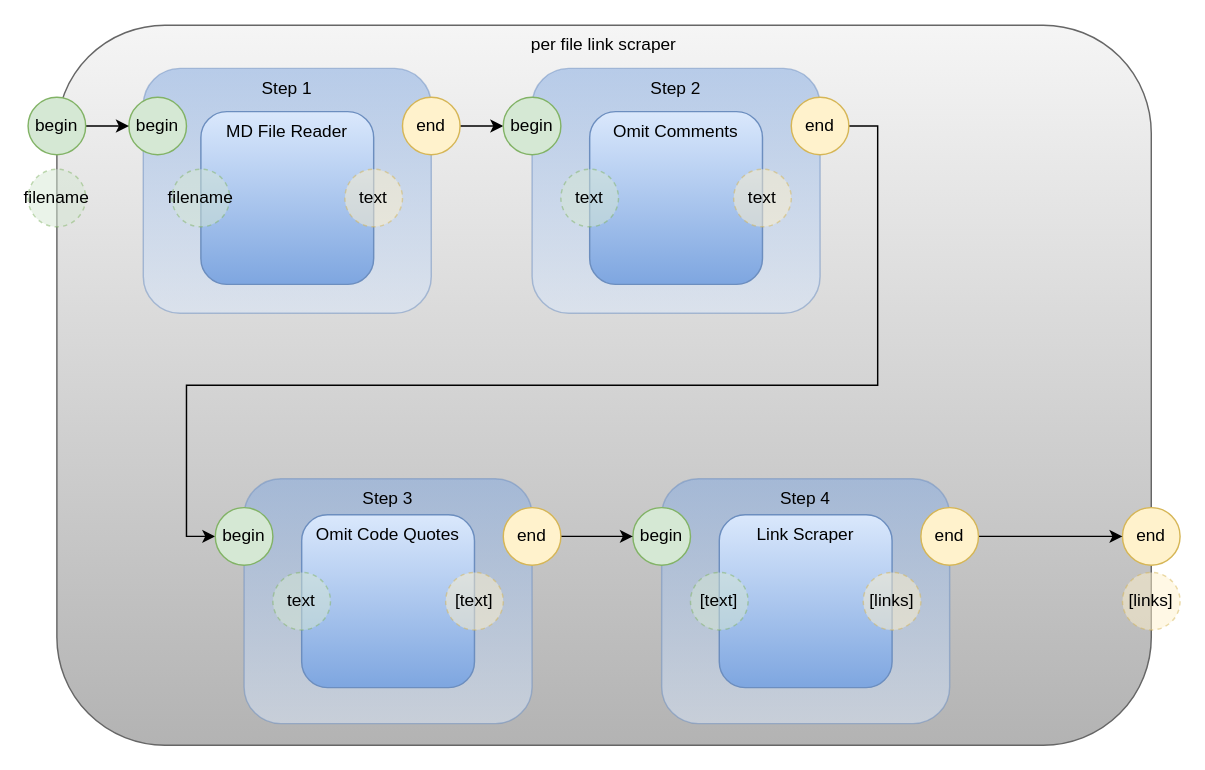
Before: page "Per File Link Scraper" (5 of 5) of pm.drawio in guitarvydas/pypm, a draw.io diagram. Source tidied: cells renumbered, new cells numbered last; positions are measured from the earlier drawing's top-left corner, leaving out a move shared by most shapes. Both pictures are drawn from the tidied source at 144%, with x=0, y=0 at pixel (27, 24).
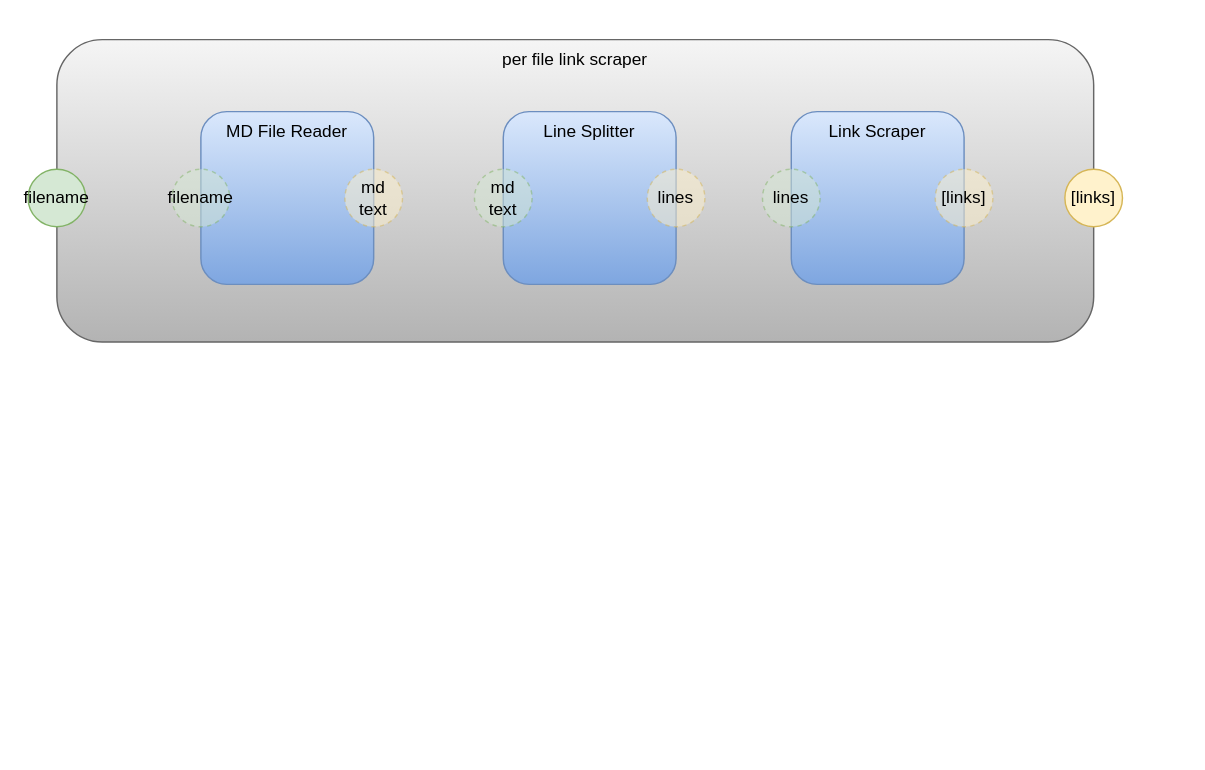
Above is the later version.

Commit message (it also covers changes not shown here):
begin perfilelinkscraper

Diff of the diagram source:
```diff
@@
     <mxCell id="2" value="per file link scraper" style="rounded=1;whiteSpace=wrap;html=1;horizontal=1;verticalAlign=top;fillColor=#f5f5f5;strokeColor=#666666;gradientColor=#b3b3b3;" parent="1" vertex="1">
-      <mxGeometry x="20" width="760" height="500" as="geometry" />
+      <mxGeometry x="20" y="10" width="720" height="210" as="geometry" />
     </mxCell>
-    <mxCell id="3" value="Step 4" style="rounded=1;whiteSpace=wrap;html=1;horizontal=1;verticalAlign=top;fillColor=#dae8fc;strokeColor=#6c8ebf;gradientColor=#7ea6e0;gradientDirection=north;opacity=50;" parent="1" vertex="1">
-      <mxGeometry x="440" y="315" width="200" height="170" as="geometry" />
-    </mxCell>
-    <mxCell id="4" value="Step 3" style="rounded=1;whiteSpace=wrap;html=1;horizontal=1;verticalAlign=top;fillColor=#dae8fc;strokeColor=#6c8ebf;gradientColor=#7ea6e0;gradientDirection=north;opacity=50;" parent="1" vertex="1">
-      <mxGeometry x="150" y="315" width="200" height="170" as="geometry" />
-    </mxCell>
-    <mxCell id="5" value="Step 2" style="rounded=1;whiteSpace=wrap;html=1;horizontal=1;verticalAlign=top;fillColor=#dae8fc;strokeColor=#6c8ebf;gradientColor=#7ea6e0;gradientDirection=north;opacity=50;" parent="1" vertex="1">
-      <mxGeometry x="350" y="30" width="200" height="170" as="geometry" />
-    </mxCell>
-    <mxCell id="6" value="Step 1" style="rounded=1;whiteSpace=wrap;html=1;horizontal=1;verticalAlign=top;fillColor=#dae8fc;strokeColor=#6c8ebf;gradientColor=#7ea6e0;gradientDirection=north;opacity=50;" parent="1" vertex="1">
-      <mxGeometry x="80" y="30" width="200" height="170" as="geometry" />
-    </mxCell>
@@
-    <mxCell id="9" value="text" style="ellipse;whiteSpace=wrap;html=1;fillColor=#fff2cc;strokeColor=#d6b656;dashed=1;opacity=50;" parent="1" vertex="1">
+    <mxCell id="9" value="md text" style="ellipse;whiteSpace=wrap;html=1;fillColor=#fff2cc;strokeColor=#d6b656;dashed=1;opacity=50;" parent="1" vertex="1">
       <mxGeometry x="220" y="100" width="40" height="40" as="geometry" />
     </mxCell>
-    <mxCell id="10" value="Omit Code Quotes" style="rounded=1;whiteSpace=wrap;html=1;horizontal=1;verticalAlign=top;strokeColor=#6c8ebf;fillColor=#dae8fc;gradientColor=#7ea6e0;" parent="1" vertex="1">
-      <mxGeometry x="190" y="340" width="120" height="120" as="geometry" />
-    </mxCell>
-    <mxCell id="11" value="text" style="ellipse;whiteSpace=wrap;html=1;fillColor=#d5e8d4;strokeColor=#82b366;dashed=1;opacity=50;" parent="1" vertex="1">
-      <mxGeometry x="170" y="380" width="40" height="40" as="geometry" />
-    </mxCell>
-    <mxCell id="12" value="[text]" style="ellipse;whiteSpace=wrap;html=1;fillColor=#fff2cc;strokeColor=#d6b656;dashed=1;opacity=50;" parent="1" vertex="1">
-      <mxGeometry x="290" y="380" width="40" height="40" as="geometry" />
-    </mxCell>
-    <mxCell id="13" value="Omit Comments" style="rounded=1;whiteSpace=wrap;html=1;horizontal=1;verticalAlign=top;gradientColor=#7ea6e0;fillColor=#dae8fc;strokeColor=#6c8ebf;" parent="1" vertex="1">
-      <mxGeometry x="390" y="60" width="120" height="120" as="geometry" />
-    </mxCell>
-    <mxCell id="14" value="text" style="ellipse;whiteSpace=wrap;html=1;fillColor=#d5e8d4;strokeColor=#82b366;dashed=1;opacity=50;" parent="1" vertex="1">
-      <mxGeometry x="370" y="100" width="40" height="40" as="geometry" />
-    </mxCell>
-    <mxCell id="15" value="text" style="ellipse;whiteSpace=wrap;html=1;fillColor=#fff2cc;strokeColor=#d6b656;dashed=1;opacity=50;" parent="1" vertex="1">
-      <mxGeometry x="490" y="100" width="40" height="40" as="geometry" />
-    </mxCell>
-    <mxCell id="16" value="filename" style="ellipse;whiteSpace=wrap;html=1;fillColor=#d5e8d4;strokeColor=#82b366;dashed=1;opacity=50;" parent="1" vertex="1">
+    <mxCell id="16" value="filename" style="ellipse;whiteSpace=wrap;html=1;fillColor=#d5e8d4;strokeColor=#82b366;" parent="1" vertex="1">
       <mxGeometry y="100" width="40" height="40" as="geometry" />
     </mxCell>
-    <mxCell id="17" value="[links]" style="ellipse;whiteSpace=wrap;html=1;fillColor=#fff2cc;strokeColor=#d6b656;dashed=1;opacity=50;" parent="1" vertex="1">
-      <mxGeometry x="760" y="380" width="40" height="40" as="geometry" />
+    <mxCell id="17" value="[links]" style="ellipse;whiteSpace=wrap;html=1;fillColor=#fff2cc;strokeColor=#d6b656;" parent="1" vertex="1">
+      <mxGeometry x="720" y="100" width="40" height="40" as="geometry" />
     </mxCell>
     <mxCell id="18" value="Link Scraper" style="rounded=1;whiteSpace=wrap;html=1;horizontal=1;verticalAlign=top;strokeColor=#6c8ebf;fillColor=#dae8fc;gradientColor=#7ea6e0;" parent="1" vertex="1">
-      <mxGeometry x="480" y="340" width="120" height="120" as="geometry" />
+      <mxGeometry x="530" y="60" width="120" height="120" as="geometry" />
     </mxCell>
-    <mxCell id="19" value="[text]" style="ellipse;whiteSpace=wrap;html=1;fillColor=#d5e8d4;strokeColor=#82b366;dashed=1;opacity=50;" parent="1" vertex="1">
-      <mxGeometry x="460" y="380" width="40" height="40" as="geometry" />
+    <mxCell id="19" value="lines" style="ellipse;whiteSpace=wrap;html=1;fillColor=#d5e8d4;strokeColor=#82b366;dashed=1;opacity=50;" parent="1" vertex="1">
+      <mxGeometry x="510" y="100" width="40" height="40" as="geometry" />
     </mxCell>
     <mxCell id="20" value="[links]" style="ellipse;whiteSpace=wrap;html=1;fillColor=#fff2cc;strokeColor=#d6b656;dashed=1;opacity=50;" parent="1" vertex="1">
-      <mxGeometry x="580" y="380" width="40" height="40" as="geometry" />
+      <mxGeometry x="630" y="100" width="40" height="40" as="geometry" />
     </mxCell>
-    <mxCell id="21" value="begin" style="ellipse;whiteSpace=wrap;html=1;fillColor=#d5e8d4;strokeColor=#82b366;" parent="1" vertex="1">
-      <mxGeometry x="70" y="50" width="40" height="40" as="geometry" />
-    </mxCell>
-    <mxCell id="22" style="edgeStyle=orthogonalEdgeStyle;rounded=0;jettySize=auto;html=1;exitX=1;exitY=0.5;exitDx=0;exitDy=0;" parent="1" edge="1" source="23" target="30">
-      <mxGeometry relative="1" as="geometry" />
-    </mxCell>
-    <mxCell id="23" value="end" style="ellipse;whiteSpace=wrap;html=1;fillColor=#fff2cc;strokeColor=#d6b656;" parent="1" vertex="1">
-      <mxGeometry x="260" y="50" width="40" height="40" as="geometry" />
-    </mxCell>
-    <mxCell id="24" style="edgeStyle=orthogonalEdgeStyle;rounded=0;jettySize=auto;html=1;exitX=1;exitY=0.5;exitDx=0;exitDy=0;entryX=0;entryY=0.5;entryDx=0;entryDy=0;" parent="1" edge="1" source="25" target="21">
-      <mxGeometry relative="1" as="geometry" />
-    </mxCell>
-    <mxCell id="25" value="begin" style="ellipse;whiteSpace=wrap;html=1;fillColor=#d5e8d4;strokeColor=#82b366;" parent="1" vertex="1">
-      <mxGeometry y="50" width="40" height="40" as="geometry" />
-    </mxCell>
-    <mxCell id="26" value="end" style="ellipse;whiteSpace=wrap;html=1;fillColor=#fff2cc;strokeColor=#d6b656;" parent="1" vertex="1">
-      <mxGeometry x="760" y="335" width="40" height="40" as="geometry" />
-    </mxCell>
-    <mxCell id="27" value="begin" style="ellipse;whiteSpace=wrap;html=1;fillColor=#d5e8d4;strokeColor=#82b366;" parent="1" vertex="1">
-      <mxGeometry x="420" y="335" width="40" height="40" as="geometry" />
-    </mxCell>
-    <mxCell id="28" style="edgeStyle=orthogonalEdgeStyle;rounded=0;jettySize=auto;html=1;exitX=1;exitY=0.5;exitDx=0;exitDy=0;entryX=0;entryY=0.5;entryDx=0;entryDy=0;" parent="1" edge="1" source="29" target="26">
-      <mxGeometry relative="1" as="geometry" />
-    </mxCell>
-    <mxCell id="29" value="end" style="ellipse;whiteSpace=wrap;html=1;fillColor=#fff2cc;strokeColor=#d6b656;" parent="1" vertex="1">
-      <mxGeometry x="620" y="335" width="40" height="40" as="geometry" />
-    </mxCell>
-    <mxCell id="30" value="begin" style="ellipse;whiteSpace=wrap;html=1;fillColor=#d5e8d4;strokeColor=#82b366;" parent="1" vertex="1">
-      <mxGeometry x="330" y="50" width="40" height="40" as="geometry" />
-    </mxCell>
-    <mxCell id="31" style="edgeStyle=orthogonalEdgeStyle;rounded=0;jettySize=auto;html=1;exitX=1;exitY=0.5;exitDx=0;exitDy=0;entryX=0;entryY=0.5;entryDx=0;entryDy=0;" parent="1" edge="1" source="32" target="33">
-      <mxGeometry relative="1" as="geometry">
-        <Array as="points">
-          <mxPoint x="590" y="70" />
-          <mxPoint x="590" y="250" />
-          <mxPoint x="110" y="250" />
-          <mxPoint x="110" y="355" />
-        </Array>
-      </mxGeometry>
-    </mxCell>
-    <mxCell id="32" value="end" style="ellipse;whiteSpace=wrap;html=1;fillColor=#fff2cc;strokeColor=#d6b656;" parent="1" vertex="1">
-      <mxGeometry x="530" y="50" width="40" height="40" as="geometry" />
-    </mxCell>
-    <mxCell id="33" value="begin" style="ellipse;whiteSpace=wrap;html=1;fillColor=#d5e8d4;strokeColor=#82b366;" parent="1" vertex="1">
-      <mxGeometry x="130" y="335" width="40" height="40" as="geometry" />
-    </mxCell>
-    <mxCell id="34" style="edgeStyle=orthogonalEdgeStyle;rounded=0;jettySize=auto;html=1;exitX=1;exitY=0.5;exitDx=0;exitDy=0;entryX=0;entryY=0.5;entryDx=0;entryDy=0;" parent="1" edge="1" source="35" target="27">
-      <mxGeometry relative="1" as="geometry" />
-    </mxCell>
-    <mxCell id="35" value="end" style="ellipse;whiteSpace=wrap;html=1;fillColor=#fff2cc;strokeColor=#d6b656;" parent="1" vertex="1">
-      <mxGeometry x="330" y="335" width="40" height="40" as="geometry" />
-    </mxCell>
+    <mxCell id="36" value="Line Splitter" style="rounded=1;whiteSpace=wrap;html=1;horizontal=1;verticalAlign=top;strokeColor=#6c8ebf;fillColor=#dae8fc;gradientColor=#7ea6e0;" parent="1" vertex="1">
+      <mxGeometry x="330" y="60" width="120" height="120" as="geometry" />
+    </mxCell>
+    <mxCell id="37" value="md text" style="ellipse;whiteSpace=wrap;html=1;fillColor=#d5e8d4;strokeColor=#82b366;dashed=1;opacity=50;" parent="1" vertex="1">
+      <mxGeometry x="310" y="100" width="40" height="40" as="geometry" />
+    </mxCell>
+    <mxCell id="38" value="lines" style="ellipse;whiteSpace=wrap;html=1;fillColor=#fff2cc;strokeColor=#d6b656;dashed=1;opacity=50;" parent="1" vertex="1">
+      <mxGeometry x="430" y="100" width="40" height="40" as="geometry" />
+    </mxCell>
```
